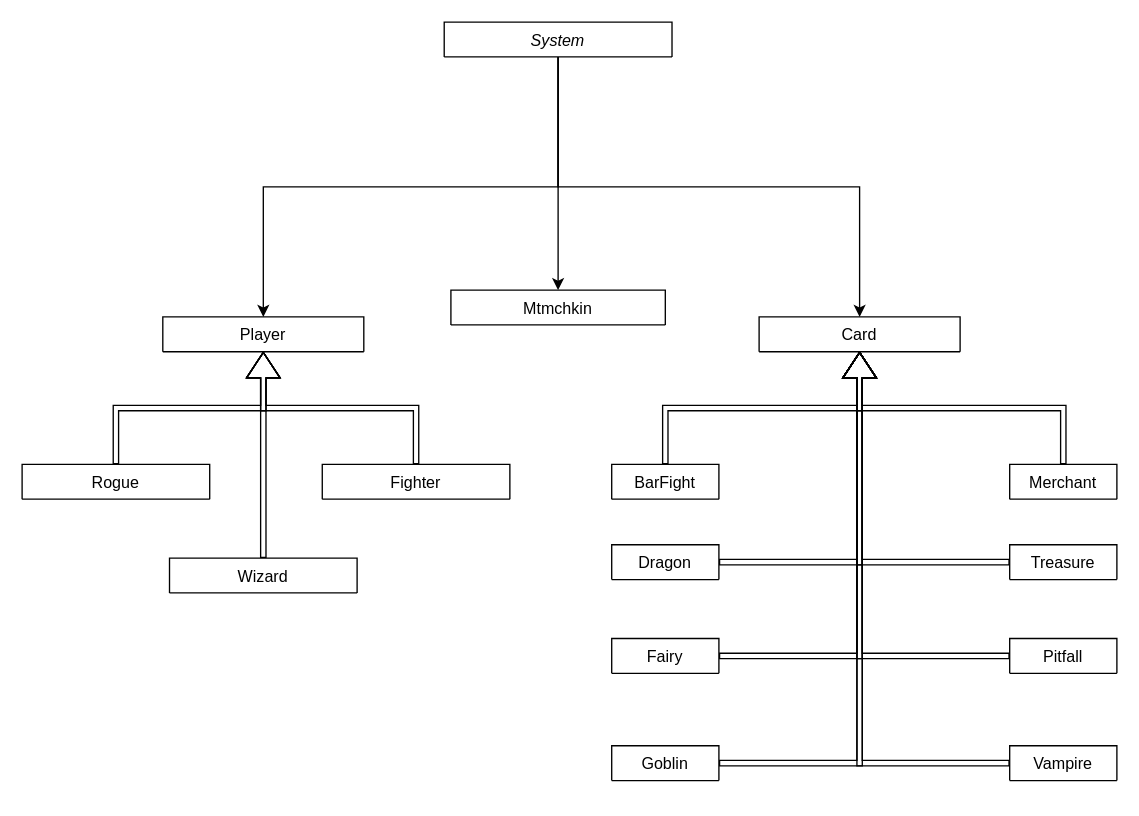
Earlier version of the draw.io diagram dry.drawio (hssainazaqy/ex4). Source tidied: cells renumbered, new cells numbered last; positions are measured from the earlier drawing's top-left corner, leaving out a move shared by most shapes. Both pictures are drawn from the tidied source at 134%, with x=0, y=0 at pixel (21, 21).
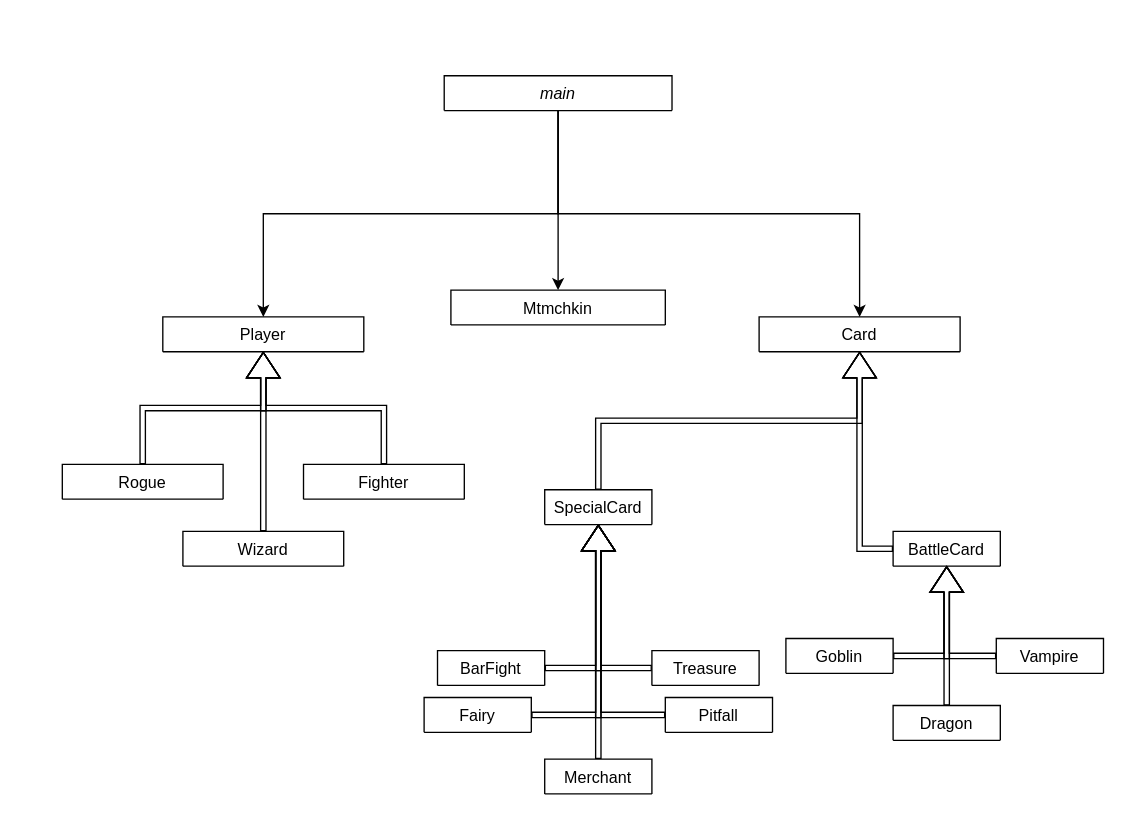
The same diagram, later.

Unchanged cells that the change refers to:
```xml
<mxCell id="7" value="Card" style="swimlane;fontStyle=0;align=center;verticalAlign=middle;horizontal=1;startSize=26;rounded=0;shadow=0;strokeWidth=1;" parent="1" vertex="1" collapsed="1">
  <mxGeometry x="550" y="220" width="150" height="26" as="geometry" />
</mxCell>
```

Diff of the diagram source:
```diff
@@
-    <mxCell id="5" value="System" style="swimlane;fontStyle=2;align=center;verticalAlign=top;horizontal=1;startSize=26;rounded=0;shadow=0;strokeWidth=1;" parent="1" vertex="1" collapsed="1">
-      <mxGeometry x="315" width="170" height="26" as="geometry" />
+    <mxCell id="5" value="main" style="swimlane;fontStyle=2;align=center;verticalAlign=top;horizontal=1;startSize=26;rounded=0;shadow=0;strokeWidth=1;" parent="1" vertex="1" collapsed="1">
+      <mxGeometry x="315" y="40" width="170" height="26" as="geometry" />
     </mxCell>
@@
+    <mxCell id="31" style="edgeStyle=orthogonalEdgeStyle;rounded=0;orthogonalLoop=1;jettySize=auto;html=1;exitX=0.5;exitY=1;exitDx=0;exitDy=0;entryX=0.5;entryY=1;entryDx=0;entryDy=0;" parent="1" edge="1" source="7" target="7">
+      <mxGeometry relative="1" as="geometry" />
+    </mxCell>
@@
     <mxCell id="10" value="Rogue" style="swimlane;fontStyle=0;align=center;verticalAlign=top;horizontal=1;startSize=26;rounded=0;shadow=0;strokeWidth=1;" parent="1" vertex="1" collapsed="1">
-      <mxGeometry y="330" width="140" height="26" as="geometry" />
+      <mxGeometry x="30" y="330" width="120" height="26" as="geometry" />
     </mxCell>
@@
     <mxCell id="12" value="Wizard" style="swimlane;fontStyle=0;align=center;verticalAlign=top;horizontal=1;startSize=26;rounded=0;shadow=0;strokeWidth=1;" parent="1" vertex="1" collapsed="1">
-      <mxGeometry x="110" y="400" width="140" height="26" as="geometry" />
+      <mxGeometry x="120" y="380" width="120" height="26" as="geometry" />
     </mxCell>
@@
     <mxCell id="14" value="Fighter" style="swimlane;fontStyle=0;align=center;verticalAlign=top;horizontal=1;startSize=26;rounded=0;shadow=0;strokeWidth=1;" parent="1" vertex="1" collapsed="1">
-      <mxGeometry x="224" y="330" width="140" height="26" as="geometry" />
+      <mxGeometry x="210" y="330" width="120" height="26" as="geometry" />
     </mxCell>
-    <mxCell id="15" style="edgeStyle=orthogonalEdgeStyle;shape=flexArrow;rounded=0;sketch=0;jettySize=auto;html=1;exitX=1;exitY=0.5;exitDx=0;exitDy=0;shadow=0;width=4;" parent="1" edge="1" source="16" target="7">
-      <mxGeometry relative="1" as="geometry" />
-    </mxCell>
     <mxCell id="16" value="Dragon" style="swimlane;fontStyle=0;align=center;verticalAlign=top;horizontal=1;startSize=26;rounded=0;shadow=0;strokeWidth=1;" parent="1" vertex="1" collapsed="1">
-      <mxGeometry x="440" y="390" width="80" height="26" as="geometry" />
+      <mxGeometry x="650" y="510" width="80" height="26" as="geometry" />
     </mxCell>
@@
-    <mxCell id="18" value="BarFight" style="swimlane;fontStyle=0;align=center;verticalAlign=top;horizontal=1;startSize=26;rounded=0;shadow=0;strokeWidth=1;" parent="1" vertex="1" collapsed="1">
-      <mxGeometry x="440" y="330" width="80" height="26" as="geometry" />
+    <mxCell id="18" value="SpecialCard" style="swimlane;fontStyle=0;align=center;verticalAlign=top;horizontal=1;startSize=26;rounded=0;shadow=0;strokeWidth=1;" parent="1" vertex="1" collapsed="1">
+      <mxGeometry x="390" y="349" width="80" height="26" as="geometry" />
     </mxCell>
-    <mxCell id="19" style="edgeStyle=orthogonalEdgeStyle;shape=flexArrow;rounded=0;sketch=0;jettySize=auto;html=1;exitX=1;exitY=0.5;exitDx=0;exitDy=0;shadow=0;width=4;" parent="1" edge="1" source="20" target="7">
+    <mxCell id="19" style="edgeStyle=orthogonalEdgeStyle;shape=flexArrow;rounded=0;sketch=0;jettySize=auto;html=1;exitX=1;exitY=0.5;exitDx=0;exitDy=0;shadow=0;width=4;entryX=0.5;entryY=1;entryDx=0;entryDy=0;" parent="1" edge="1" source="20" target="18">
       <mxGeometry relative="1" as="geometry" />
     </mxCell>
     <mxCell id="20" value="Fairy" style="swimlane;fontStyle=0;align=center;verticalAlign=top;horizontal=1;startSize=26;rounded=0;shadow=0;strokeWidth=1;" parent="1" vertex="1" collapsed="1">
-      <mxGeometry x="440" y="460" width="80" height="26" as="geometry" />
+      <mxGeometry x="300" y="504" width="80" height="26" as="geometry" />
     </mxCell>
-    <mxCell id="21" style="edgeStyle=orthogonalEdgeStyle;shape=flexArrow;rounded=0;sketch=0;jettySize=auto;html=1;exitX=1;exitY=0.5;exitDx=0;exitDy=0;shadow=0;width=4;" parent="1" edge="1" source="22" target="7">
-      <mxGeometry relative="1" as="geometry" />
-    </mxCell>
     <mxCell id="22" value="Goblin" style="swimlane;fontStyle=0;align=center;verticalAlign=top;horizontal=1;startSize=26;rounded=0;shadow=0;strokeWidth=1;" parent="1" vertex="1" collapsed="1">
-      <mxGeometry x="440" y="540" width="80" height="26" as="geometry" />
+      <mxGeometry x="570" y="460" width="80" height="26" as="geometry" />
     </mxCell>
-    <mxCell id="23" style="edgeStyle=orthogonalEdgeStyle;shape=flexArrow;rounded=0;sketch=0;jettySize=auto;html=1;exitX=0;exitY=0.5;exitDx=0;exitDy=0;shadow=0;width=4;" parent="1" edge="1" source="24" target="7">
-      <mxGeometry relative="1" as="geometry" />
-    </mxCell>
     <mxCell id="24" value="Vampire" style="swimlane;fontStyle=0;align=center;verticalAlign=top;horizontal=1;startSize=26;rounded=0;shadow=0;strokeWidth=1;" parent="1" vertex="1" collapsed="1">
-      <mxGeometry x="737" y="540" width="80" height="26" as="geometry" />
+      <mxGeometry x="727" y="460" width="80" height="26" as="geometry" />
     </mxCell>
-    <mxCell id="25" style="edgeStyle=orthogonalEdgeStyle;shape=flexArrow;rounded=0;sketch=0;jettySize=auto;html=1;exitX=0;exitY=0.5;exitDx=0;exitDy=0;shadow=0;width=4;" parent="1" edge="1" source="26" target="7">
+    <mxCell id="25" style="edgeStyle=orthogonalEdgeStyle;shape=flexArrow;rounded=0;sketch=0;jettySize=auto;html=1;exitX=0;exitY=0.5;exitDx=0;exitDy=0;shadow=0;width=4;entryX=0.5;entryY=1;entryDx=0;entryDy=0;" parent="1" edge="1" source="26" target="18">
       <mxGeometry relative="1" as="geometry" />
     </mxCell>
     <mxCell id="26" value="Treasure" style="swimlane;fontStyle=0;align=center;verticalAlign=top;horizontal=1;startSize=26;rounded=0;shadow=0;strokeWidth=1;" parent="1" vertex="1" collapsed="1">
-      <mxGeometry x="737" y="390" width="80" height="26" as="geometry" />
+      <mxGeometry x="470" y="469" width="80" height="26" as="geometry" />
     </mxCell>
-    <mxCell id="27" style="edgeStyle=orthogonalEdgeStyle;shape=flexArrow;rounded=0;sketch=0;jettySize=auto;html=1;exitX=0;exitY=0.5;exitDx=0;exitDy=0;shadow=0;width=4;" parent="1" edge="1" source="28" target="7">
+    <mxCell id="27" style="edgeStyle=orthogonalEdgeStyle;shape=flexArrow;rounded=0;sketch=0;jettySize=auto;html=1;exitX=0;exitY=0.5;exitDx=0;exitDy=0;shadow=0;width=4;entryX=0.5;entryY=1;entryDx=0;entryDy=0;" parent="1" edge="1" source="28" target="18">
       <mxGeometry relative="1" as="geometry" />
     </mxCell>
     <mxCell id="28" value="Pitfall" style="swimlane;fontStyle=0;align=center;verticalAlign=top;horizontal=1;startSize=26;rounded=0;shadow=0;strokeWidth=1;" parent="1" vertex="1" collapsed="1">
-      <mxGeometry x="737" y="460" width="80" height="26" as="geometry" />
+      <mxGeometry x="480" y="504" width="80" height="26" as="geometry" />
     </mxCell>
-    <mxCell id="29" style="edgeStyle=orthogonalEdgeStyle;shape=flexArrow;rounded=0;sketch=0;jettySize=auto;html=1;exitX=0.5;exitY=0;exitDx=0;exitDy=0;shadow=0;width=4;" parent="1" edge="1" source="30" target="7">
+    <mxCell id="29" style="edgeStyle=orthogonalEdgeStyle;shape=flexArrow;rounded=0;sketch=0;jettySize=auto;html=1;exitX=0.5;exitY=0;exitDx=0;exitDy=0;shadow=0;width=4;entryX=0.5;entryY=1;entryDx=0;entryDy=0;" parent="1" edge="1" source="30" target="18">
       <mxGeometry relative="1" as="geometry" />
     </mxCell>
     <mxCell id="30" value="Merchant" style="swimlane;fontStyle=0;align=center;verticalAlign=top;horizontal=1;startSize=26;rounded=0;shadow=0;strokeWidth=1;" parent="1" vertex="1" collapsed="1">
-      <mxGeometry x="737" y="330" width="80" height="26" as="geometry" />
+      <mxGeometry x="390" y="550" width="80" height="26" as="geometry" />
     </mxCell>
+    <mxCell id="32" value="BarFight" style="swimlane;fontStyle=0;align=center;verticalAlign=top;horizontal=1;startSize=26;rounded=0;shadow=0;strokeWidth=1;" parent="1" vertex="1" collapsed="1">
+      <mxGeometry x="310" y="469" width="80" height="26" as="geometry" />
+    </mxCell>
+    <mxCell id="33" style="edgeStyle=orthogonalEdgeStyle;shape=flexArrow;rounded=0;sketch=0;jettySize=auto;html=1;exitX=1;exitY=0.5;exitDx=0;exitDy=0;shadow=0;width=4;entryX=0.5;entryY=1;entryDx=0;entryDy=0;" parent="1" edge="1" source="32" target="18">
+      <mxGeometry relative="1" as="geometry" />
+    </mxCell>
+    <mxCell id="34" value="BattleCard" style="swimlane;fontStyle=0;align=center;verticalAlign=top;horizontal=1;startSize=26;rounded=0;shadow=0;strokeWidth=1;" parent="1" vertex="1" collapsed="1">
+      <mxGeometry x="650" y="380" width="80" height="26" as="geometry" />
+    </mxCell>
+    <mxCell id="35" style="edgeStyle=orthogonalEdgeStyle;shape=flexArrow;rounded=0;sketch=0;jettySize=auto;html=1;shadow=0;width=4;entryX=0.5;entryY=1;entryDx=0;entryDy=0;exitX=0;exitY=0.5;exitDx=0;exitDy=0;" parent="1" edge="1" source="34" target="7">
+      <mxGeometry relative="1" as="geometry">
+        <Array as="points">
+          <mxPoint x="625" y="393" />
+        </Array>
+      </mxGeometry>
+    </mxCell>
+    <mxCell id="36" style="edgeStyle=orthogonalEdgeStyle;shape=flexArrow;rounded=0;sketch=0;jettySize=auto;html=1;exitX=1;exitY=0.5;exitDx=0;exitDy=0;shadow=0;width=4;entryX=0.5;entryY=1;entryDx=0;entryDy=0;" parent="1" edge="1" source="22" target="34">
+      <mxGeometry relative="1" as="geometry" />
+    </mxCell>
+    <mxCell id="37" style="edgeStyle=orthogonalEdgeStyle;shape=flexArrow;rounded=0;sketch=0;jettySize=auto;html=1;exitX=0;exitY=0.5;exitDx=0;exitDy=0;shadow=0;width=4;entryX=0.5;entryY=1;entryDx=0;entryDy=0;" parent="1" edge="1" source="24" target="34">
+      <mxGeometry relative="1" as="geometry" />
+    </mxCell>
+    <mxCell id="38" style="edgeStyle=orthogonalEdgeStyle;shape=flexArrow;rounded=0;sketch=0;jettySize=auto;html=1;exitX=0.5;exitY=0;exitDx=0;exitDy=0;shadow=0;width=4;entryX=0.5;entryY=1;entryDx=0;entryDy=0;" parent="1" edge="1" source="16" target="34">
+      <mxGeometry relative="1" as="geometry" />
+    </mxCell>
```
